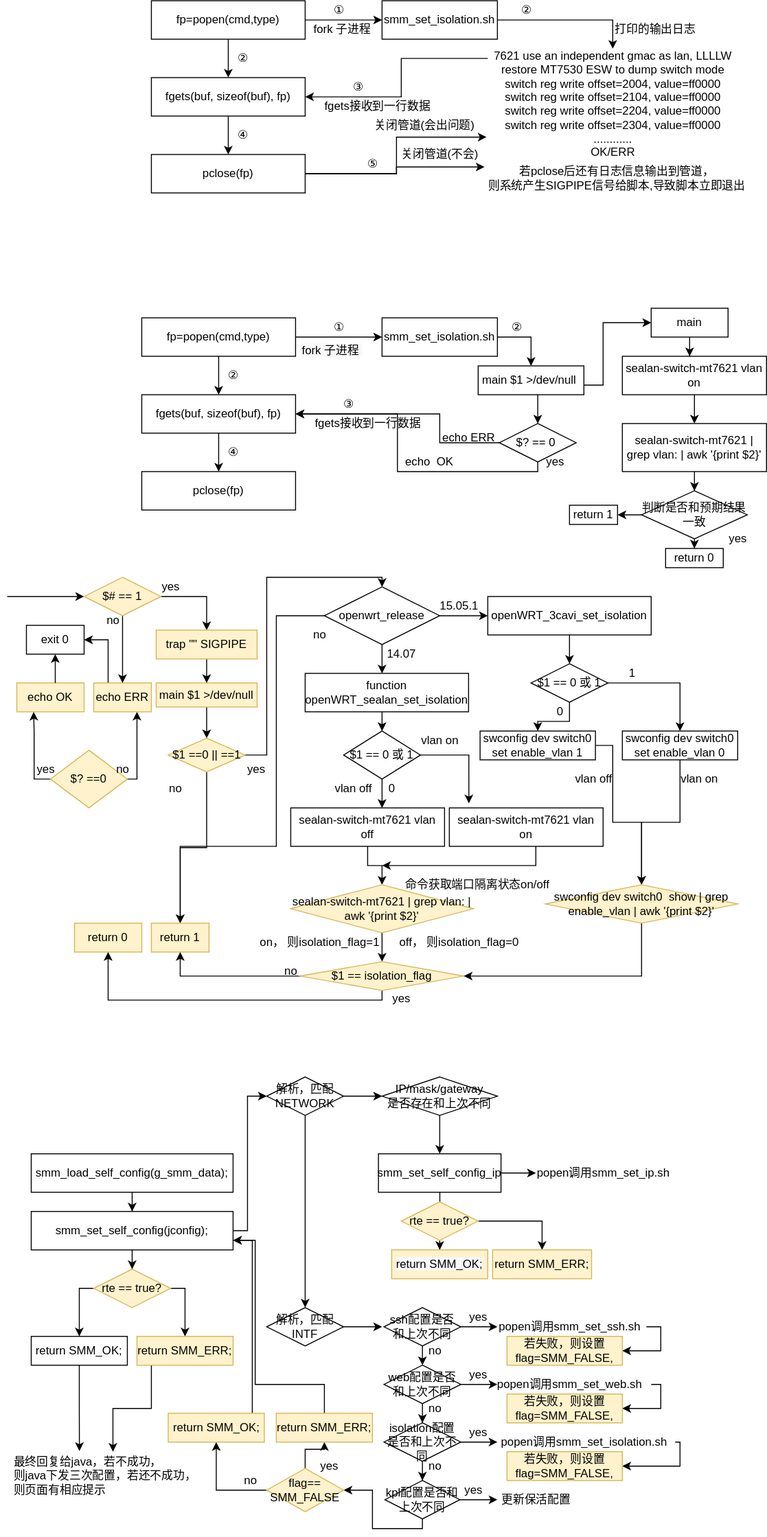
Before: drag_demo/popen_isolation.svg, a diagram exported from draw.io (Archive-ch/Web_Demo). Source tidied: cells renumbered, new cells last; positions are measured from the earlier drawing's top-left corner, leaving out a move shared by most shapes.
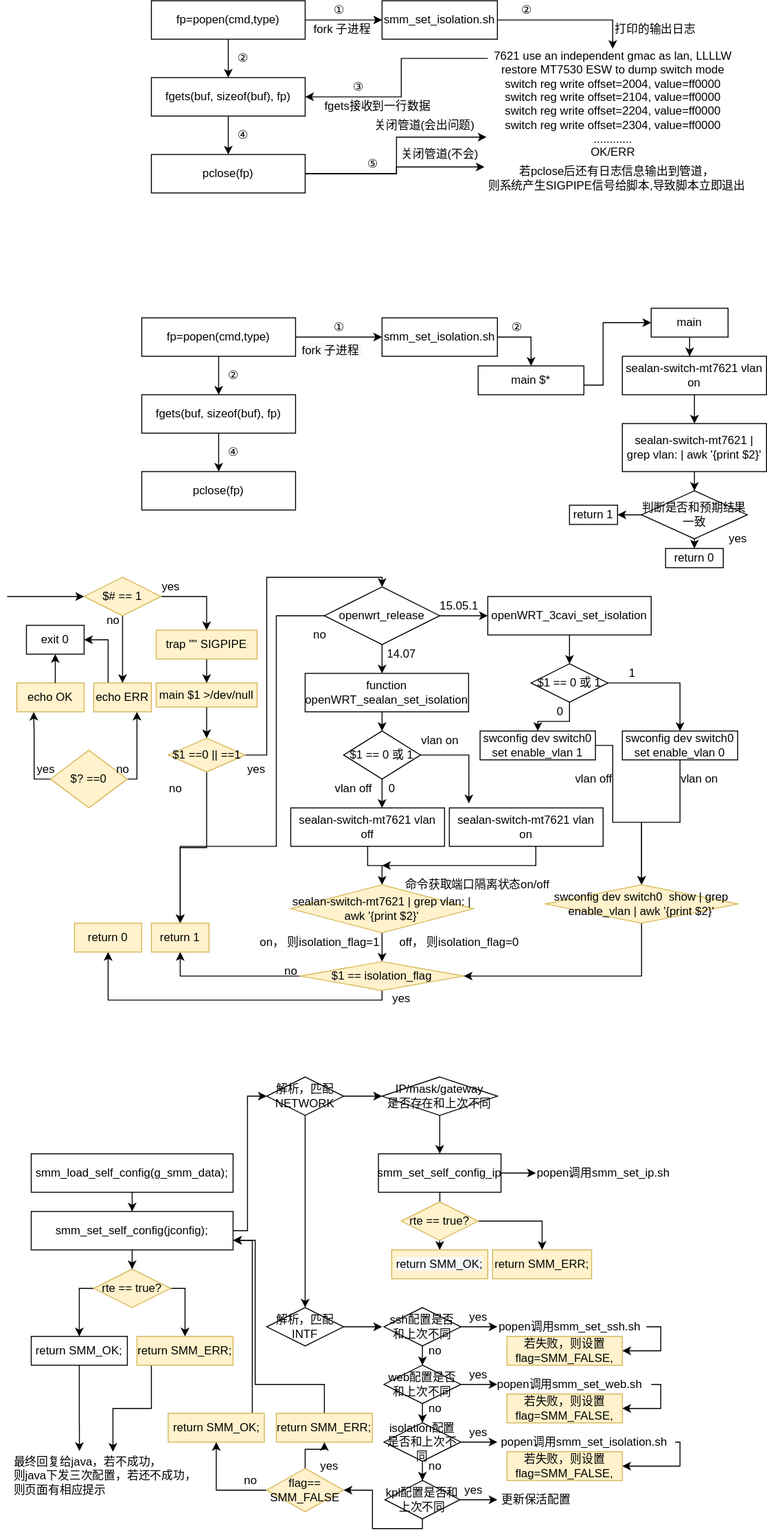
Later version of the same file.

Change to the diagram source:
```diff
@@ -116,18 +116,12 @@
     <mxCell id="31" value="pclose(fp)" style="whiteSpace=wrap;html=1;" parent="1" vertex="1">
       <mxGeometry x="140" y="490" width="160" height="40" as="geometry" />
     </mxCell>
-    <mxCell id="32" value="fgets接收到一行数据" style="text;html=1;align=center;verticalAlign=middle;" parent="1" vertex="1">
-      <mxGeometry x="310" y="430" width="130" height="20" as="geometry" />
-    </mxCell>
     <mxCell id="33" value="①" style="text;html=1;align=center;verticalAlign=middle;" parent="1" vertex="1">
       <mxGeometry x="330" y="330" width="30" height="20" as="geometry" />
     </mxCell>
     <mxCell id="34" value="②" style="text;html=1;align=center;verticalAlign=middle;" parent="1" vertex="1">
       <mxGeometry x="515" y="330" width="30" height="20" as="geometry" />
     </mxCell>
-    <mxCell id="35" value="③" style="text;html=1;align=center;verticalAlign=middle;" parent="1" vertex="1">
-      <mxGeometry x="340" y="410" width="30" height="20" as="geometry" />
-    </mxCell>
     <mxCell id="36" value="②" style="text;html=1;align=center;verticalAlign=middle;" parent="1" vertex="1">
       <mxGeometry x="220" y="380" width="30" height="20" as="geometry" />
     </mxCell>
@@ -142,15 +136,7 @@
         </Array>
       </mxGeometry>
     </mxCell>
-    <mxCell id="39" style="edgeStyle=orthogonalEdgeStyle;rounded=0;jettySize=auto;html=1;entryX=0.5;entryY=0;entryDx=0;entryDy=0;startArrow=none;startFill=0;endArrow=classic;endFill=1;" parent="1" edge="1" source="40" target="47">
-      <mxGeometry relative="1" as="geometry">
-        <Array as="points">
-          <mxPoint x="552" y="420" />
-          <mxPoint x="552" y="420" />
-        </Array>
-      </mxGeometry>
-    </mxCell>
-    <mxCell id="40" value="main $1 &amp;gt;/dev/null&amp;nbsp;" style="whiteSpace=wrap;html=1;" parent="1" vertex="1">
+    <mxCell id="40" value="main $*" style="whiteSpace=wrap;html=1;" parent="1" vertex="1">
       <mxGeometry x="490" y="380" width="110" height="30" as="geometry" />
     </mxCell>
     <mxCell id="41" style="edgeStyle=orthogonalEdgeStyle;rounded=0;jettySize=auto;html=1;" parent="1" edge="1" source="42">
@@ -169,26 +155,6 @@
     <mxCell id="44" value="sealan-switch-mt7621 vlan on" style="whiteSpace=wrap;html=1;" parent="1" vertex="1">
       <mxGeometry x="640" y="370" width="150" height="40" as="geometry" />
     </mxCell>
-    <mxCell id="45" style="edgeStyle=orthogonalEdgeStyle;rounded=0;jettySize=auto;html=1;exitX=0;exitY=0.5;exitDx=0;exitDy=0;entryX=1;entryY=0.5;entryDx=0;entryDy=0;" parent="1" edge="1" source="47" target="30">
-      <mxGeometry relative="1" as="geometry">
-        <Array as="points">
-          <mxPoint x="450" y="460" />
-          <mxPoint x="450" y="430" />
-        </Array>
-      </mxGeometry>
-    </mxCell>
-    <mxCell id="46" style="edgeStyle=orthogonalEdgeStyle;rounded=0;jettySize=auto;html=1;entryX=1;entryY=0.5;entryDx=0;entryDy=0;" parent="1" edge="1" source="47" target="30">
-      <mxGeometry relative="1" as="geometry">
-        <Array as="points">
-          <mxPoint x="552" y="490" />
-          <mxPoint x="406" y="490" />
-          <mxPoint x="406" y="430" />
-        </Array>
-      </mxGeometry>
-    </mxCell>
-    <mxCell id="47" value="$? == 0&amp;nbsp;" style="rhombus;whiteSpace=wrap;html=1;" parent="1" vertex="1">
-      <mxGeometry x="512" y="440" width="80" height="40" as="geometry" />
-    </mxCell>
     <mxCell id="48" style="edgeStyle=orthogonalEdgeStyle;rounded=0;jettySize=auto;html=1;" parent="1" edge="1" source="49">
       <mxGeometry relative="1" as="geometry">
         <mxPoint x="715" y="510" as="targetPoint" />
@@ -209,15 +175,6 @@
     <mxCell id="53" value="yes" style="text;html=1;align=center;verticalAlign=middle;" parent="1" vertex="1">
       <mxGeometry x="745" y="550" width="30" height="20" as="geometry" />
     </mxCell>
-    <mxCell id="54" value="yes" style="text;html=1;align=center;verticalAlign=middle;" parent="1" vertex="1">
-      <mxGeometry x="555" y="470" width="30" height="20" as="geometry" />
-    </mxCell>
-    <mxCell id="55" value="echo&amp;nbsp; OK" style="text;html=1;align=center;verticalAlign=middle;" parent="1" vertex="1">
-      <mxGeometry x="404" y="470" width="70" height="20" as="geometry" />
-    </mxCell>
-    <mxCell id="56" value="echo ERR" style="text;html=1;align=center;verticalAlign=middle;" parent="1" vertex="1">
-      <mxGeometry x="445" y="445" width="70" height="20" as="geometry" />
-    </mxCell>
     <mxCell id="57" style="edgeStyle=orthogonalEdgeStyle;rounded=0;jettySize=auto;html=1;entryX=0.5;entryY=0;entryDx=0;entryDy=0;startArrow=none;startFill=0;endArrow=classic;endFill=1;" parent="1" edge="1" source="58" target="94">
       <mxGeometry relative="1" as="geometry" />
     </mxCell>
```
